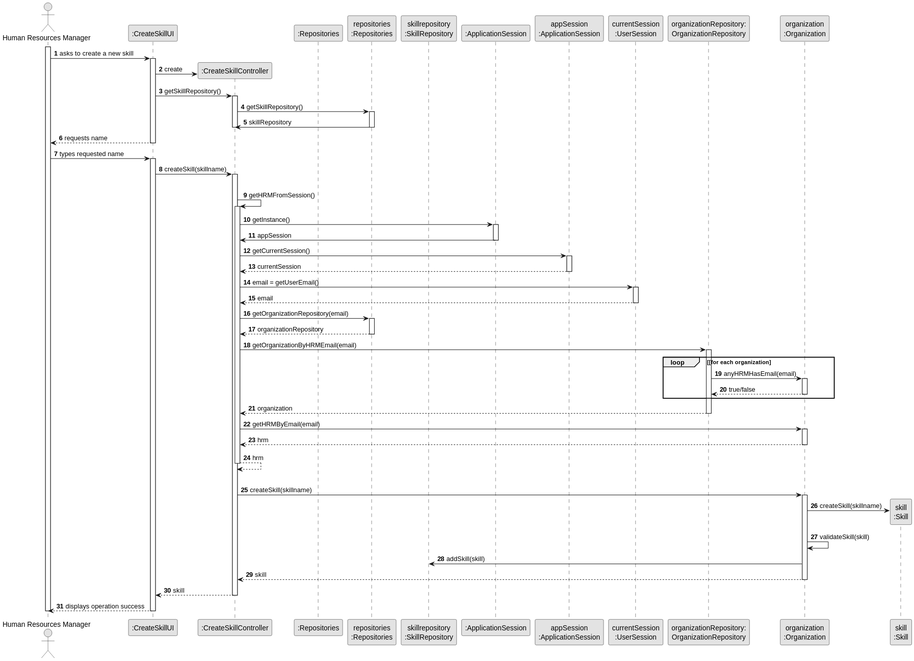
Above: docs/sprint2/us001/03.design/svg/us001-sequence-diagram-full.svg in tiagosoa/lei-24-s2-1dgh-g073 (PlantUML), before the change.
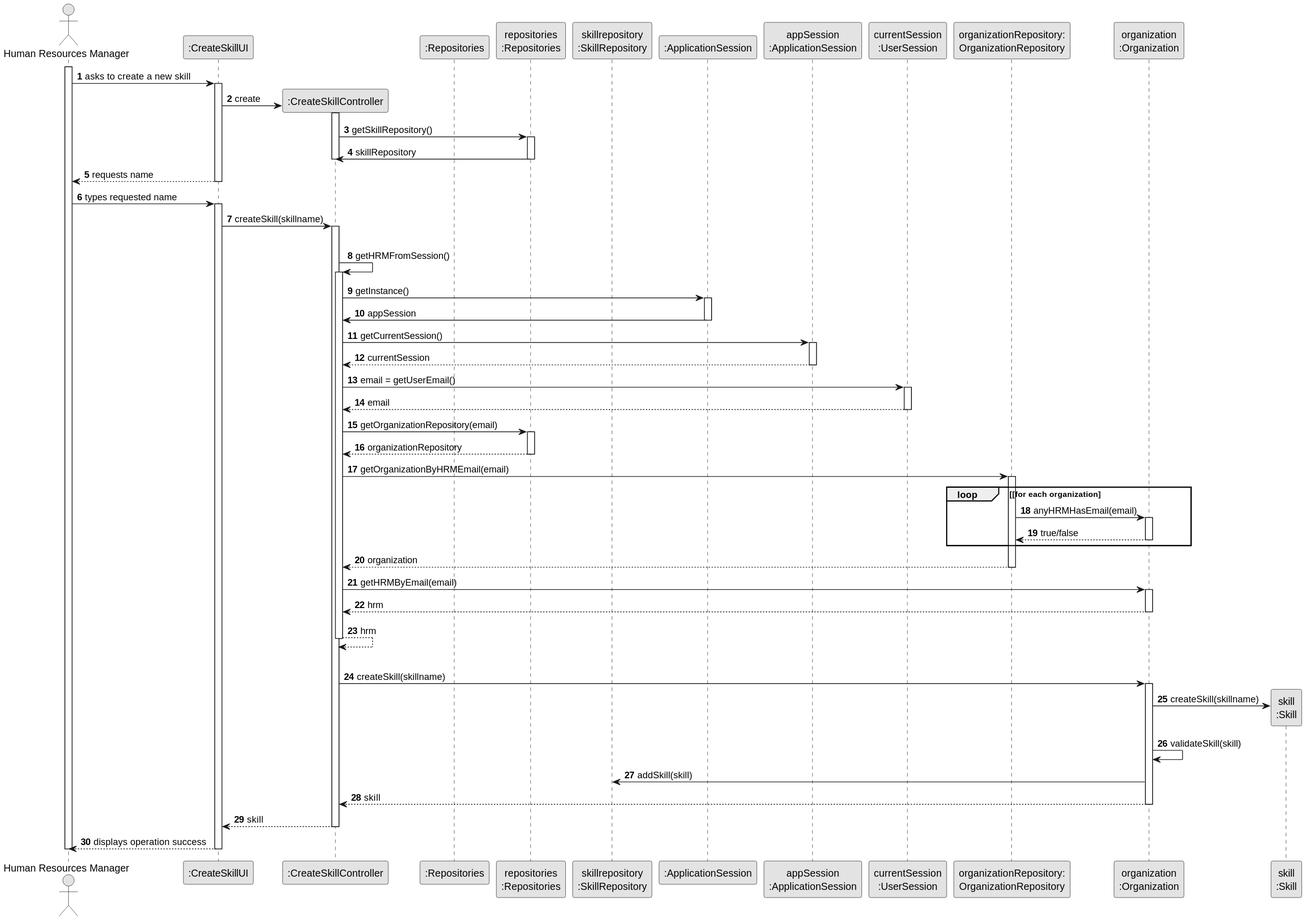
The same file after the commit.

Change to the diagram source:
```diff
@@ -26,8 +26,7 @@
 
             UI -> CTRL** : create
 
-         UI -> CTRL : getSkillRepository()
-         activate CTRL
+            activate CTRL
 
                  CTRL -> PLAT : getSkillRepository()
                          activate PLAT
```
